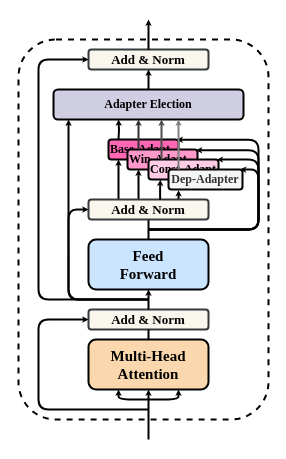
Earlier version of the draw.io diagram 未命名绘图.drawio (Wiselnn570/dialogue-system). Source tidied: cells renumbered, new cells numbered last; positions are measured from the earlier drawing's top-left corner, leaving out a move shared by most shapes. Both pictures are drawn from the tidied source at 100%, with x=0, y=0 at pixel (18, 19).
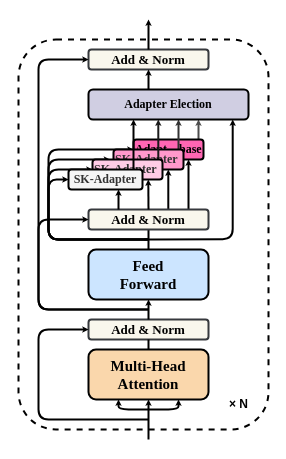
Above is the later version.

Commit message:
更新未命名绘图.drawio

The change refers to these unchanged cells:
```xml
<mxCell id="6" value="&lt;b&gt;Add &amp;amp; Norm&lt;/b&gt;" style="rounded=1;whiteSpace=wrap;html=1;strokeColor=#36393d;strokeWidth=2;fontFamily=Times New Roman;fontSize=13;fillColor=#f9f7ed;" parent="1" vertex="1">
  <mxGeometry x="70" y="30" width="120" height="20" as="geometry" />
</mxCell>
```

What changed in the source:
```diff
@@
-    <mxCell id="2" style="rounded=1;whiteSpace=wrap;html=1;strokeColor=#000000;strokeWidth=2;fontFamily=Times New Roman;fontSize=15;dashed=1;" parent="1" vertex="1">
-      <mxGeometry y="20" width="250" height="380" as="geometry" />
-    </mxCell>
+    <mxCell id="37" style="rounded=1;whiteSpace=wrap;html=1;dashed=1;fillStyle=auto;strokeWidth=2;fontFamily=Times New Roman;fontSize=11;gradientDirection=north;" parent="1" vertex="1">
+      <mxGeometry y="20" width="250" height="390" as="geometry" />
+    </mxCell>
     <mxCell id="3" value="&lt;span style=&quot;font-size: 11px;&quot;&gt;&lt;font style=&quot;font-size: 15px;&quot; face=&quot;Times New Roman&quot;&gt;&lt;b&gt;Multi-Head&lt;br style=&quot;&quot;&gt;Attention&lt;/b&gt;&lt;/font&gt;&lt;/span&gt;" style="rounded=1;whiteSpace=wrap;html=1;fillColor=#fad7ac;strokeColor=#000000;strokeWidth=2;" parent="1" vertex="1">
-      <mxGeometry x="70" y="320" width="120" height="50" as="geometry" />
+      <mxGeometry x="70" y="330" width="120" height="50" as="geometry" />
     </mxCell>
     <mxCell id="4" value="&lt;b&gt;Add &amp;amp; Norm&lt;/b&gt;" style="rounded=1;whiteSpace=wrap;html=1;strokeColor=#36393d;strokeWidth=2;fontFamily=Times New Roman;fontSize=13;fillColor=#f9f7ed;" parent="1" vertex="1">
-      <mxGeometry x="70" y="290" width="120" height="20" as="geometry" />
+      <mxGeometry x="70" y="300" width="120" height="20" as="geometry" />
     </mxCell>
     <mxCell id="5" value="&lt;font style=&quot;font-size: 15px;&quot; face=&quot;Times New Roman&quot;&gt;&lt;b&gt;&lt;span style=&quot;&quot;&gt;Feed&lt;br&gt;&lt;/span&gt;Forward&lt;/b&gt;&lt;/font&gt;" style="rounded=1;whiteSpace=wrap;html=1;fillColor=#cce5ff;strokeColor=#000000;strokeWidth=2;" parent="1" vertex="1">
-      <mxGeometry x="70" y="220" width="120" height="50" as="geometry" />
+      <mxGeometry x="70" y="230" width="120" height="50" as="geometry" />
     </mxCell>
@@
     <mxCell id="7" style="edgeStyle=orthogonalEdgeStyle;elbow=vertical;strokeWidth=2;endArrow=classic;endFill=0;fontStyle=1;strokeColor=#000000;entryX=0;entryY=0.5;entryDx=0;entryDy=0;endSize=0;startSize=4;" parent="1" edge="1" target="4">
       <mxGeometry x="238" y="485" as="geometry">
-        <mxPoint x="130" y="390" as="sourcePoint" />
+        <mxPoint x="130" y="400" as="sourcePoint" />
         <Array as="points">
-          <mxPoint x="20" y="390" />
-          <mxPoint x="20" y="300" />
+          <mxPoint x="20" y="400" />
+          <mxPoint x="20" y="310" />
         </Array>
       </mxGeometry>
     </mxCell>
     <mxCell id="8" style="edgeStyle=elbowEdgeStyle;elbow=vertical;strokeWidth=2;endArrow=classic;endFill=0;fontStyle=1;strokeColor=#000000;entryX=0.75;entryY=1;entryDx=0;entryDy=0;endSize=0;startSize=4;" parent="1" edge="1" target="3">
       <mxGeometry x="223" y="495" as="geometry">
-        <mxPoint x="130" y="380" as="sourcePoint" />
+        <mxPoint x="130" y="390" as="sourcePoint" />
         <Array as="points">
-          <mxPoint x="140" y="380" />
+          <mxPoint x="140" y="390" />
           <mxPoint x="613" y="505" />
         </Array>
       </mxGeometry>
     </mxCell>
     <mxCell id="9" style="edgeStyle=elbowEdgeStyle;elbow=vertical;strokeWidth=2;endArrow=classic;endFill=0;fontStyle=1;strokeColor=#000000;entryX=0.25;entryY=1;entryDx=0;entryDy=0;endSize=0;startSize=4;" parent="1" edge="1" target="3">
       <mxGeometry x="148" y="485" as="geometry">
-        <mxPoint x="130" y="380" as="sourcePoint" />
+        <mxPoint x="130" y="390" as="sourcePoint" />
         <Array as="points">
-          <mxPoint x="120" y="380" />
+          <mxPoint x="120" y="390" />
           <mxPoint x="538" y="495" />
         </Array>
       </mxGeometry>
     </mxCell>
@@
     <mxCell id="11" style="edgeStyle=orthogonalEdgeStyle;elbow=vertical;strokeWidth=2;endArrow=none;endFill=0;fontStyle=1;strokeColor=#000000;endSize=0;startSize=4;exitX=0.5;exitY=0;exitDx=0;exitDy=0;" parent="1" edge="1" source="3">
       <mxGeometry x="448" y="475" as="geometry">
-        <mxPoint x="130" y="310" as="targetPoint" />
+        <mxPoint x="130" y="320" as="targetPoint" />
       </mxGeometry>
     </mxCell>
@@
-    <mxCell id="14" style="edgeStyle=orthogonalEdgeStyle;elbow=vertical;strokeWidth=2;endArrow=classic;endFill=0;fontStyle=1;strokeColor=#000000;entryX=0.966;entryY=-0.009;entryDx=0;entryDy=0;endSize=0;startSize=4;entryPerimeter=0;" parent="1" edge="1" target="25">
-      <mxGeometry x="448" y="345" as="geometry">
-        <mxPoint x="130" y="210" as="sourcePoint" />
-        <Array as="points">
-          <mxPoint x="240" y="210" />
-          <mxPoint x="240" y="150" />
-          <mxPoint x="225" y="150" />
-        </Array>
-      </mxGeometry>
-    </mxCell>
-    <mxCell id="15" style="edgeStyle=orthogonalEdgeStyle;elbow=vertical;strokeWidth=2;endArrow=classic;endFill=0;fontStyle=1;strokeColor=#000000;endSize=0;startSize=4;exitX=0.75;exitY=0;exitDx=0;exitDy=0;entryX=0.137;entryY=1.034;entryDx=0;entryDy=0;entryPerimeter=0;" parent="1" edge="1" source="26" target="25">
-      <mxGeometry x="458" y="415" as="geometry" />
-    </mxCell>
+    <mxCell id="38" style="elbow=vertical;strokeWidth=2;endArrow=classic;endFill=0;fontStyle=1;strokeColor=#4D4D4D;endSize=0;startSize=4;" parent="1" edge="1">
+      <mxGeometry x="347.9" y="235" as="geometry">
+        <mxPoint x="180" y="120" as="sourcePoint" />
+        <mxPoint x="180" y="100" as="targetPoint" />
+      </mxGeometry>
+    </mxCell>
     <mxCell id="16" style="edgeStyle=orthogonalEdgeStyle;elbow=vertical;strokeWidth=2;endArrow=classic;endFill=0;fontStyle=1;strokeColor=#000000;entryX=0;entryY=0.5;entryDx=0;entryDy=0;endSize=0;startSize=4;" parent="1" edge="1" target="6">
       <mxGeometry x="408" y="405" as="geometry">
-        <mxPoint x="130" y="280" as="sourcePoint" />
+        <mxPoint x="130" y="290" as="sourcePoint" />
         <Array as="points">
-          <mxPoint x="20" y="280" />
+          <mxPoint x="20" y="290" />
           <mxPoint x="20" y="40" />
         </Array>
       </mxGeometry>
     </mxCell>
-    <mxCell id="17" style="edgeStyle=orthogonalEdgeStyle;elbow=vertical;strokeWidth=2;endArrow=classic;endFill=0;fontStyle=1;strokeColor=#000000;entryX=0.972;entryY=0.011;entryDx=0;entryDy=0;endSize=0;startSize=4;entryPerimeter=0;" parent="1" edge="1" target="18">
-      <mxGeometry x="528" y="305" as="geometry">
-        <mxPoint x="130" y="210" as="sourcePoint" />
-        <Array as="points">
-          <mxPoint x="240" y="210" />
-          <mxPoint x="240" y="120" />
-        </Array>
-      </mxGeometry>
-    </mxCell>
-    <mxCell id="18" value="&lt;b&gt;&lt;font face=&quot;Times New Roman&quot;&gt;Base-Adapt&lt;/font&gt;&lt;/b&gt;" style="rounded=1;whiteSpace=wrap;html=1;align=left;fillColor=#FF66B3;strokeWidth=2;" parent="1" vertex="1">
-      <mxGeometry x="90" y="120" width="70" height="20" as="geometry" />
+    <mxCell id="18" value="&lt;b&gt;&lt;font face=&quot;Times New Roman&quot;&gt;Adapt---base&lt;/font&gt;&lt;/b&gt;" style="rounded=1;whiteSpace=wrap;html=1;align=left;fillColor=#FF66B3;strokeWidth=2;" parent="1" vertex="1">
+      <mxGeometry x="115" y="120" width="70" height="20" as="geometry" />
     </mxCell>
+    <mxCell id="39" style="edgeStyle=orthogonalEdgeStyle;elbow=vertical;strokeWidth=2;endArrow=classic;endFill=0;fontStyle=1;strokeColor=#000000;endSize=0;startSize=4;" parent="1" edge="1">
+      <mxGeometry x="317.8" y="285" as="geometry">
+        <mxPoint x="149.8" y="190" as="sourcePoint" />
+        <mxPoint x="149.8" y="150" as="targetPoint" />
+      </mxGeometry>
+    </mxCell>
+    <mxCell id="40" style="edgeStyle=orthogonalEdgeStyle;elbow=vertical;strokeWidth=2;endArrow=classic;endFill=0;fontStyle=1;strokeColor=#000000;endSize=0;startSize=4;entryX=0;entryY=0.5;entryDx=0;entryDy=0;" parent="1" edge="1" target="18">
+      <mxGeometry x="738" y="335" as="geometry">
+        <mxPoint x="130" y="220" as="sourcePoint" />
+        <Array as="points">
+          <mxPoint x="130" y="220" />
+          <mxPoint x="30" y="220" />
+          <mxPoint x="30" y="130" />
+        </Array>
+      </mxGeometry>
+    </mxCell>
+    <mxCell id="41" style="elbow=vertical;strokeWidth=2;endArrow=classic;endFill=0;fontStyle=1;strokeColor=#333333;endSize=0;startSize=4;" parent="1" edge="1">
+      <mxGeometry x="327.9" y="235" as="geometry">
+        <mxPoint x="160" y="130" as="sourcePoint" />
+        <mxPoint x="160" y="100" as="targetPoint" />
+      </mxGeometry>
+    </mxCell>
-    <mxCell id="19" value="&lt;b&gt;&lt;font face=&quot;Times New Roman&quot;&gt;Win-Adapt&lt;/font&gt;&lt;/b&gt;" style="rounded=1;whiteSpace=wrap;html=1;align=left;fillColor=#FF99CC;strokeWidth=2;" parent="1" vertex="1">
-      <mxGeometry x="109" y="130" width="70" height="20" as="geometry" />
+    <mxCell id="19" value="&lt;b style=&quot;border-color: var(--border-color); color: rgb(51, 51, 51); font-family: &amp;quot;Times New Roman&amp;quot;; text-align: center;&quot;&gt;SK-Adapter&lt;/b&gt;" style="rounded=1;whiteSpace=wrap;html=1;align=left;fillColor=#FF99CC;strokeWidth=2;" parent="1" vertex="1">
+      <mxGeometry x="95" y="130" width="70" height="20" as="geometry" />
     </mxCell>
-    <mxCell id="20" style="edgeStyle=orthogonalEdgeStyle;elbow=vertical;strokeWidth=2;endArrow=classic;endFill=0;fontStyle=1;strokeColor=#000000;endSize=0;startSize=4;exitX=0.417;exitY=0.057;exitDx=0;exitDy=0;exitPerimeter=0;" parent="1" edge="1" source="26">
-      <mxGeometry x="448.1" y="415" as="geometry">
-        <mxPoint x="120" y="150" as="targetPoint" />
-      </mxGeometry>
-    </mxCell>
-    <mxCell id="21" style="edgeStyle=orthogonalEdgeStyle;elbow=vertical;strokeWidth=2;endArrow=classic;endFill=0;fontStyle=1;strokeColor=#000000;endSize=0;startSize=4;entryX=0.975;entryY=0.006;entryDx=0;entryDy=0;entryPerimeter=0;" parent="1" edge="1" target="23">
-      <mxGeometry x="468" y="400" as="geometry">
-        <mxPoint x="130" y="210" as="sourcePoint" />
-        <Array as="points">
-          <mxPoint x="240" y="210" />
-          <mxPoint x="240" y="140" />
-        </Array>
-      </mxGeometry>
-    </mxCell>
-    <mxCell id="22" style="edgeStyle=orthogonalEdgeStyle;elbow=vertical;strokeWidth=2;endArrow=classic;endFill=0;fontStyle=1;strokeColor=#000000;endSize=0;startSize=4;entryX=0.977;entryY=0.035;entryDx=0;entryDy=0;entryPerimeter=0;" parent="1" edge="1" target="19">
-      <mxGeometry x="538" y="315" as="geometry">
-        <mxPoint x="130" y="210" as="sourcePoint" />
-        <Array as="points">
-          <mxPoint x="240" y="210" />
-          <mxPoint x="240" y="131" />
-        </Array>
-      </mxGeometry>
-    </mxCell>
+    <mxCell id="42" style="edgeStyle=orthogonalEdgeStyle;elbow=vertical;strokeWidth=2;endArrow=classic;endFill=0;fontStyle=1;strokeColor=#000000;endSize=0;startSize=4;" parent="1" edge="1">
+      <mxGeometry x="338" y="275" as="geometry">
+        <mxPoint x="170" y="190" as="sourcePoint" />
+        <mxPoint x="170" y="140" as="targetPoint" />
+      </mxGeometry>
+    </mxCell>
+    <mxCell id="43" style="edgeStyle=orthogonalEdgeStyle;elbow=vertical;strokeWidth=2;endArrow=classic;endFill=0;fontStyle=1;strokeColor=#000000;endSize=0;startSize=4;entryX=0.25;entryY=0;entryDx=0;entryDy=0;" parent="1" edge="1" target="23">
+      <mxGeometry x="748" y="345" as="geometry">
+        <mxPoint x="130" y="220" as="sourcePoint" />
+        <Array as="points">
+          <mxPoint x="130" y="220" />
+          <mxPoint x="30" y="220" />
+          <mxPoint x="30" y="140" />
+        </Array>
+      </mxGeometry>
+    </mxCell>
+    <mxCell id="44" style="elbow=vertical;strokeWidth=2;endArrow=classic;endFill=0;fontStyle=1;strokeColor=#1A1A1A;endSize=0;startSize=4;" parent="1" edge="1">
+      <mxGeometry x="307.7" y="235" as="geometry">
+        <mxPoint x="139.8" y="140" as="sourcePoint" />
+        <mxPoint x="139.8" y="100" as="targetPoint" />
+      </mxGeometry>
+    </mxCell>
-    <mxCell id="23" value="&lt;font face=&quot;Times New Roman&quot;&gt;&lt;b&gt;Const-Adapt&lt;/b&gt;&lt;/font&gt;" style="rounded=1;whiteSpace=wrap;html=1;align=left;fillColor=#FFCCE6;strokeColor=#000000;strokeWidth=2;" parent="1" vertex="1">
-      <mxGeometry x="130" y="140" width="70" height="20" as="geometry" />
+    <mxCell id="23" value="&lt;b style=&quot;border-color: var(--border-color); color: rgb(51, 51, 51); font-family: &amp;quot;Times New Roman&amp;quot;; text-align: center;&quot;&gt;SK-Adapter&lt;/b&gt;" style="rounded=1;whiteSpace=wrap;html=1;align=left;fillColor=#FFCCE6;strokeColor=#000000;strokeWidth=2;" parent="1" vertex="1">
+      <mxGeometry x="74" y="140" width="70" height="20" as="geometry" />
     </mxCell>
-    <mxCell id="24" style="edgeStyle=orthogonalEdgeStyle;elbow=vertical;strokeWidth=2;endArrow=classic;endFill=0;fontStyle=1;strokeColor=#000000;endSize=0;startSize=4;exitX=0.25;exitY=0;exitDx=0;exitDy=0;" parent="1" edge="1" source="26">
-      <mxGeometry x="428.1" y="405" as="geometry">
-        <mxPoint x="100" y="140" as="targetPoint" />
-        <Array as="points">
-          <mxPoint x="100" y="160" />
-          <mxPoint x="100" y="160" />
-        </Array>
-      </mxGeometry>
-    </mxCell>
+    <mxCell id="45" style="edgeStyle=orthogonalEdgeStyle;elbow=vertical;strokeWidth=2;endArrow=classic;endFill=0;fontStyle=1;strokeColor=#000000;endSize=0;startSize=4;entryX=0;entryY=0.5;entryDx=0;entryDy=0;" parent="1" edge="1" target="23">
+      <mxGeometry x="718" y="235" as="geometry">
+        <mxPoint x="130" y="220" as="sourcePoint" />
+        <Array as="points">
+          <mxPoint x="130" y="220" />
+          <mxPoint x="30" y="220" />
+          <mxPoint x="30" y="150" />
+        </Array>
+      </mxGeometry>
+    </mxCell>
+    <mxCell id="46" style="elbow=vertical;strokeWidth=2;endArrow=classic;endFill=0;fontStyle=1;strokeColor=#000000;endSize=0;startSize=4;" parent="1" edge="1">
+      <mxGeometry x="282.9" y="235" as="geometry">
+        <mxPoint x="115" y="150" as="sourcePoint" />
+        <mxPoint x="115" y="100" as="targetPoint" />
+      </mxGeometry>
+    </mxCell>
-    <mxCell id="25" value="&lt;font face=&quot;Times New Roman&quot;&gt;&lt;b&gt;Dep-Adapter&lt;/b&gt;&lt;/font&gt;" style="rounded=1;whiteSpace=wrap;html=1;align=center;fillColor=#f5f5f5;fillStyle=auto;gradientDirection=north;fontColor=#333333;strokeColor=#000000;strokeWidth=2;" parent="1" vertex="1">
-      <mxGeometry x="150" y="150" width="74" height="20" as="geometry" />
+    <mxCell id="25" value="&lt;font face=&quot;Times New Roman&quot;&gt;&lt;b&gt;SK-Adapter&lt;/b&gt;&lt;/font&gt;" style="rounded=1;whiteSpace=wrap;html=1;align=center;fillColor=#f5f5f5;fillStyle=auto;gradientDirection=north;fontColor=#333333;strokeColor=#000000;strokeWidth=2;" parent="1" vertex="1">
+      <mxGeometry x="50" y="150" width="74" height="20" as="geometry" />
     </mxCell>
     <mxCell id="26" value="&lt;b&gt;Add &amp;amp; Norm&lt;/b&gt;" style="rounded=1;whiteSpace=wrap;html=1;strokeColor=#36393d;strokeWidth=2;fontFamily=Times New Roman;fontSize=13;fillColor=#f9f7ed;" parent="1" vertex="1">
-      <mxGeometry x="70" y="180" width="120" height="20" as="geometry" />
+      <mxGeometry x="70" y="190" width="120" height="20" as="geometry" />
     </mxCell>
-    <mxCell id="27" style="edgeStyle=orthogonalEdgeStyle;elbow=vertical;strokeWidth=2;endArrow=classic;endFill=0;fontStyle=1;strokeColor=#000000;endSize=0;startSize=4;exitX=0.597;exitY=0.02;exitDx=0;exitDy=0;entryX=0.169;entryY=1.01;entryDx=0;entryDy=0;entryPerimeter=0;exitPerimeter=0;" parent="1" edge="1" source="26" target="23">
-      <mxGeometry x="468" y="425" as="geometry" />
-    </mxCell>
-    <mxCell id="28" style="edgeStyle=orthogonalEdgeStyle;elbow=vertical;strokeWidth=2;endArrow=classic;endFill=0;fontStyle=1;strokeColor=#000000;endSize=0;startSize=4;entryX=0.079;entryY=1.001;entryDx=0;entryDy=0;entryPerimeter=0;" parent="1" edge="1" target="30">
-      <mxGeometry x="508" y="285" as="geometry">
-        <mxPoint x="130" y="280" as="sourcePoint" />
-        <Array as="points">
-          <mxPoint x="50" y="280" />
-        </Array>
-      </mxGeometry>
-    </mxCell>
-    <mxCell id="29" style="edgeStyle=orthogonalEdgeStyle;elbow=vertical;strokeWidth=2;endArrow=classic;endFill=0;fontStyle=1;strokeColor=#000000;entryX=0.5;entryY=1;entryDx=0;entryDy=0;endSize=0;startSize=4;exitX=0.5;exitY=0;exitDx=0;exitDy=0;" parent="1" edge="1" source="30" target="6">
-      <mxGeometry x="468" y="365" as="geometry" />
-    </mxCell>
     <mxCell id="30" value="&lt;b&gt;Adapter Election&lt;/b&gt;" style="rounded=1;whiteSpace=wrap;html=1;fillStyle=auto;strokeColor=#000000;strokeWidth=2;fontFamily=Times New Roman;fillColor=#d0cee2;gradientDirection=north;" parent="1" vertex="1">
-      <mxGeometry x="35" y="70" width="190" height="30" as="geometry" />
+      <mxGeometry x="70" y="70" width="160" height="30" as="geometry" />
     </mxCell>
-    <mxCell id="31" style="edgeStyle=orthogonalEdgeStyle;elbow=vertical;strokeWidth=2;endArrow=classic;endFill=0;fontStyle=1;strokeColor=#000000;entryX=0;entryY=0.5;entryDx=0;entryDy=0;endSize=0;startSize=4;" parent="1" edge="1" target="26">
+    <mxCell id="31" style="edgeStyle=orthogonalEdgeStyle;elbow=vertical;strokeWidth=2;endArrow=classic;endFill=0;fontStyle=1;strokeColor=#000000;endSize=0;startSize=4;entryX=0;entryY=0.5;entryDx=0;entryDy=0;" parent="1" edge="1" target="26">
       <mxGeometry x="518" y="295" as="geometry">
-        <mxPoint x="130" y="280" as="sourcePoint" />
+        <mxPoint x="130" y="290" as="sourcePoint" />
         <Array as="points">
-          <mxPoint x="50" y="280" />
-          <mxPoint x="50" y="190" />
+          <mxPoint x="20" y="290" />
+          <mxPoint x="20" y="200" />
         </Array>
       </mxGeometry>
     </mxCell>
@@
-    <mxCell id="33" style="edgeStyle=orthogonalEdgeStyle;elbow=vertical;strokeWidth=2;endArrow=classic;endFill=0;fontStyle=1;strokeColor=#808080;endSize=0;startSize=4;" parent="1" edge="1">
-      <mxGeometry x="328" y="235" as="geometry">
-        <mxPoint x="160" y="150" as="sourcePoint" />
-        <mxPoint x="160" y="100" as="targetPoint" />
-      </mxGeometry>
-    </mxCell>
-    <mxCell id="34" style="edgeStyle=orthogonalEdgeStyle;elbow=vertical;strokeWidth=2;endArrow=classic;endFill=0;fontStyle=1;strokeColor=#000000;endSize=0;startSize=4;" parent="1" edge="1">
-      <mxGeometry x="268" y="235" as="geometry">
-        <mxPoint x="100" y="120" as="sourcePoint" />
-        <mxPoint x="100" y="100" as="targetPoint" />
-      </mxGeometry>
-    </mxCell>
-    <mxCell id="35" style="edgeStyle=orthogonalEdgeStyle;elbow=vertical;strokeWidth=2;endArrow=classic;endFill=0;fontStyle=1;strokeColor=#333333;endSize=0;startSize=4;" parent="1" edge="1">
-      <mxGeometry x="288" y="235" as="geometry">
-        <mxPoint x="120" y="130" as="sourcePoint" />
-        <mxPoint x="120" y="100" as="targetPoint" />
-      </mxGeometry>
-    </mxCell>
-    <mxCell id="36" style="edgeStyle=orthogonalEdgeStyle;elbow=vertical;strokeWidth=2;endArrow=classic;endFill=0;fontStyle=1;strokeColor=#4D4D4D;endSize=0;startSize=4;" parent="1" edge="1">
-      <mxGeometry x="311" y="235" as="geometry">
-        <mxPoint x="143" y="140" as="sourcePoint" />
-        <mxPoint x="143" y="100" as="targetPoint" />
-      </mxGeometry>
-    </mxCell>
+    <mxCell id="47" style="elbow=vertical;strokeWidth=2;endArrow=classic;endFill=0;fontStyle=1;strokeColor=#000000;endSize=0;startSize=4;" parent="1" edge="1">
+      <mxGeometry x="268.1" y="305" as="geometry">
+        <mxPoint x="100" y="190" as="sourcePoint" />
+        <mxPoint x="100" y="170" as="targetPoint" />
+      </mxGeometry>
+    </mxCell>
+    <mxCell id="48" style="elbow=vertical;strokeWidth=2;endArrow=classic;endFill=0;fontStyle=1;strokeColor=#000000;endSize=0;startSize=4;" parent="1" edge="1">
+      <mxGeometry x="297.8" y="185" as="geometry">
+        <mxPoint x="130" y="70" as="sourcePoint" />
+        <mxPoint x="130" y="50" as="targetPoint" />
+      </mxGeometry>
+    </mxCell>
+    <mxCell id="49" style="edgeStyle=orthogonalEdgeStyle;elbow=vertical;strokeWidth=2;endArrow=classic;endFill=0;fontStyle=1;strokeColor=#000000;endSize=0;startSize=4;entryX=0;entryY=0.5;entryDx=0;entryDy=0;" parent="1" edge="1" target="25">
+      <mxGeometry x="648" y="285" as="geometry">
+        <mxPoint x="130" y="220" as="sourcePoint" />
+        <Array as="points">
+          <mxPoint x="30" y="220" />
+          <mxPoint x="30" y="160" />
+        </Array>
+      </mxGeometry>
+    </mxCell>
+    <mxCell id="50" style="elbow=vertical;strokeWidth=2;endArrow=classic;endFill=0;fontStyle=1;strokeColor=#000000;endSize=0;startSize=4;" parent="1" edge="1">
+      <mxGeometry x="297.8" y="295" as="geometry">
+        <mxPoint x="130" y="190" as="sourcePoint" />
+        <mxPoint x="129.8" y="160" as="targetPoint" />
+      </mxGeometry>
+    </mxCell>
+    <mxCell id="51" style="edgeStyle=orthogonalEdgeStyle;elbow=vertical;strokeWidth=2;endArrow=classic;endFill=0;fontStyle=1;strokeColor=#000000;endSize=0;startSize=4;entryX=0.939;entryY=1.015;entryDx=0;entryDy=0;entryPerimeter=0;" parent="1" edge="1">
+      <mxGeometry x="592" y="324.6" as="geometry">
+        <mxPoint x="130" y="220" as="sourcePoint" />
+        <mxPoint x="214.2" y="100" as="targetPoint" />
+        <Array as="points">
+          <mxPoint x="124" y="219.6" />
+          <mxPoint x="214" y="219.6" />
+        </Array>
+      </mxGeometry>
+    </mxCell>
+    <mxCell id="52" value="&lt;b&gt;× N&lt;/b&gt;" style="text;html=1;align=center;verticalAlign=middle;strokeColor=none;fillColor=none;" parent="1" vertex="1">
+      <mxGeometry x="200" y="370" width="40" height="30" as="geometry" />
+    </mxCell>
```
